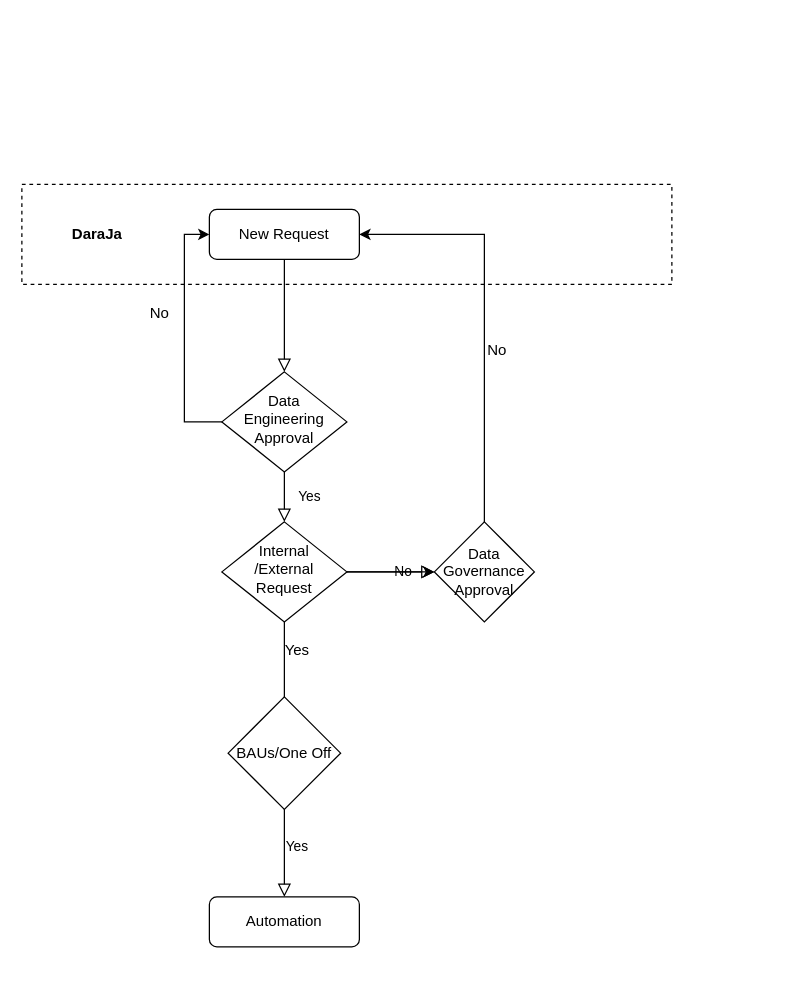
The draw.io diagram New Request Process.drawio in Olson-Bytz/ITDiagrams, before the edit. Source tidied: cells renumbered, new cells numbered last; positions are measured from the earlier drawing's top-left corner, leaving out a move shared by most shapes. Both pictures are drawn from the tidied source at 125%, with x=0, y=0 at pixel (21, 184).
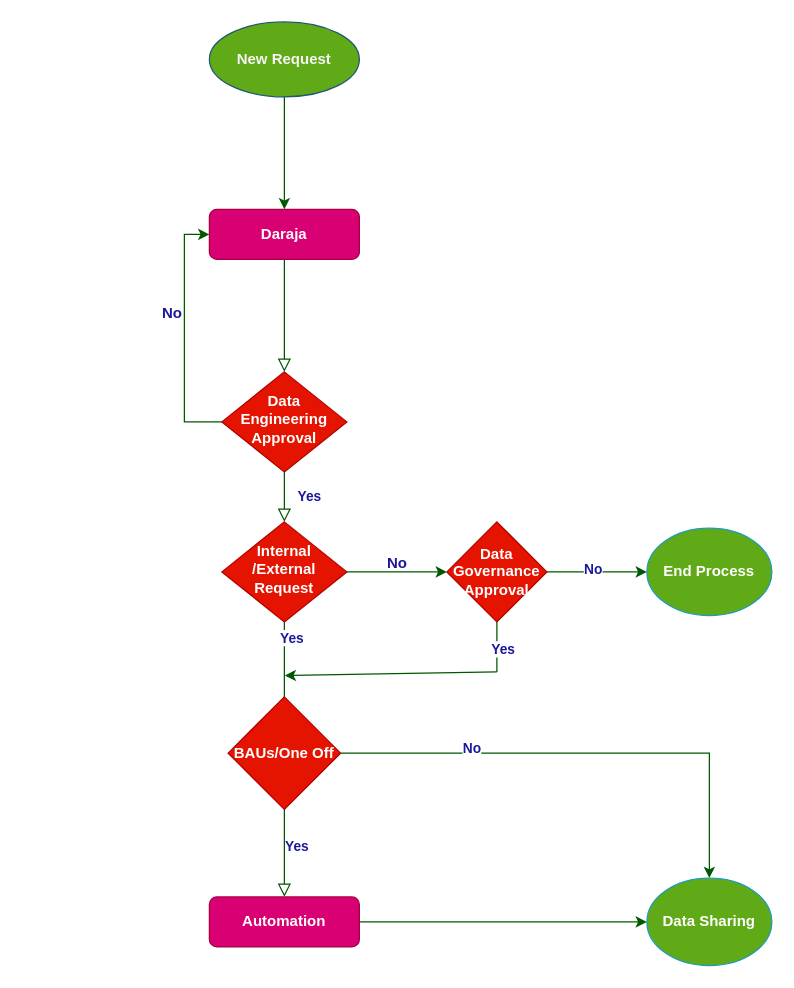
The same page after the edit.

The edit, as a diff of the source:
```diff
@@
-    <mxCell id="2" style="rounded=0;whiteSpace=wrap;html=1;dashed=1;" parent="1" vertex="1">
-      <mxGeometry width="520" height="80" as="geometry" />
-    </mxCell>
-    <mxCell id="3" style="rounded=0;html=1;jettySize=auto;fontSize=11;endArrow=block;endFill=0;endSize=8;strokeWidth=1;shadow=0;labelBackgroundColor=none;edgeStyle=orthogonalEdgeStyle;" parent="1" edge="1" source="4" target="7">
+    <mxCell id="3" style="rounded=0;html=1;jettySize=auto;fontSize=11;endArrow=block;endFill=0;endSize=8;strokeWidth=1;shadow=0;labelBackgroundColor=none;edgeStyle=orthogonalEdgeStyle;fillColor=#008a00;strokeColor=#005700;fontStyle=1;" parent="1" edge="1" source="4" target="7">
       <mxGeometry relative="1" as="geometry" />
     </mxCell>
-    <mxCell id="4" value="New Request" style="rounded=1;whiteSpace=wrap;html=1;fontSize=12;glass=0;strokeWidth=1;shadow=0;" parent="1" vertex="1">
+    <mxCell id="4" value="Daraja" style="rounded=1;whiteSpace=wrap;html=1;fontSize=12;glass=0;strokeWidth=1;shadow=0;fillColor=#d80073;strokeColor=#A50040;fontStyle=1;fontColor=#ffffff;" parent="1" vertex="1">
       <mxGeometry x="150" y="20" width="120" height="40" as="geometry" />
     </mxCell>
-    <mxCell id="5" value="Yes" style="rounded=0;html=1;jettySize=auto;fontSize=11;endArrow=block;endFill=0;endSize=8;strokeWidth=1;shadow=0;labelBackgroundColor=none;edgeStyle=orthogonalEdgeStyle;" parent="1" edge="1" source="7" target="11">
+    <mxCell id="5" value="Yes" style="rounded=0;html=1;jettySize=auto;fontSize=11;endArrow=block;endFill=0;endSize=8;strokeWidth=1;shadow=0;labelBackgroundColor=none;edgeStyle=orthogonalEdgeStyle;fillColor=#008a00;strokeColor=#005700;fontColor=#1b199a;fontStyle=1;" parent="1" edge="1" source="7" target="11">
       <mxGeometry y="20" relative="1" as="geometry" />
     </mxCell>
-    <mxCell id="6" style="edgeStyle=orthogonalEdgeStyle;rounded=0;jettySize=auto;html=1;exitX=0;exitY=0.5;exitDx=0;exitDy=0;entryX=0;entryY=0.5;entryDx=0;entryDy=0;" parent="1" edge="1" source="7" target="4">
+    <mxCell id="6" style="edgeStyle=orthogonalEdgeStyle;rounded=0;jettySize=auto;html=1;exitX=0;exitY=0.5;exitDx=0;exitDy=0;entryX=0;entryY=0.5;entryDx=0;entryDy=0;fillColor=#008a00;strokeColor=#005700;" parent="1" edge="1" source="7" target="4">
       <mxGeometry relative="1" as="geometry" />
     </mxCell>
-    <mxCell id="7" value="Data Engineering Approval" style="rhombus;whiteSpace=wrap;html=1;shadow=0;fontFamily=Helvetica;fontSize=12;align=center;strokeWidth=1;spacing=6;spacingTop=-4;" parent="1" vertex="1">
+    <mxCell id="7" value="Data Engineering Approval" style="rhombus;whiteSpace=wrap;html=1;shadow=0;fontFamily=Helvetica;fontSize=12;align=center;strokeWidth=1;spacing=6;spacingTop=-4;fillColor=#e51400;strokeColor=#B20000;fontStyle=1;fontColor=#ffffff;" parent="1" vertex="1">
       <mxGeometry x="160" y="150" width="100" height="80" as="geometry" />
     </mxCell>
-    <mxCell id="8" value="Yes" style="rounded=0;html=1;jettySize=auto;fontSize=11;endArrow=block;endFill=0;endSize=8;strokeWidth=1;shadow=0;labelBackgroundColor=none;edgeStyle=orthogonalEdgeStyle;" parent="1" edge="1" source="11" target="12">
+    <mxCell id="8" value="Yes" style="rounded=0;html=1;jettySize=auto;fontSize=11;endArrow=block;endFill=0;endSize=8;strokeWidth=1;shadow=0;labelBackgroundColor=none;edgeStyle=orthogonalEdgeStyle;fillColor=#008a00;strokeColor=#005700;fontColor=#1b199a;fontStyle=1;" parent="1" edge="1" source="11" target="12">
       <mxGeometry x="0.64" y="10" relative="1" as="geometry" />
     </mxCell>
-    <mxCell id="9" value="No" style="edgeStyle=orthogonalEdgeStyle;rounded=0;html=1;jettySize=auto;fontSize=11;endArrow=block;endFill=0;endSize=8;strokeWidth=1;shadow=0;labelBackgroundColor=none;" parent="1" edge="1" source="11">
-      <mxGeometry y="10" relative="1" as="geometry">
-        <mxPoint x="330" y="310" as="targetPoint" />
-      </mxGeometry>
-    </mxCell>
-    <mxCell id="10" style="edgeStyle=orthogonalEdgeStyle;rounded=0;jettySize=auto;html=1;" parent="1" edge="1" source="11">
-      <mxGeometry relative="1" as="geometry">
-        <mxPoint x="330" y="310" as="targetPoint" />
-      </mxGeometry>
-    </mxCell>
+    <mxCell id="20" value="Yes" style="edgeLabel;html=1;align=center;verticalAlign=middle;fontColor=#1b199a;fontStyle=1;" parent="8" vertex="1">
+      <mxGeometry x="-0.89" y="5" relative="1" as="geometry" />
+    </mxCell>
+    <mxCell id="21" style="edgeStyle=orthogonalEdgeStyle;rounded=0;jettySize=auto;html=1;entryX=0;entryY=0.5;entryDx=0;entryDy=0;fillColor=#008a00;strokeColor=#005700;" parent="1" edge="1" source="11" target="14">
+      <mxGeometry relative="1" as="geometry" />
+    </mxCell>
-    <mxCell id="11" value="Internal /External Request" style="rhombus;whiteSpace=wrap;html=1;shadow=0;fontFamily=Helvetica;fontSize=12;align=center;strokeWidth=1;spacing=6;spacingTop=-4;" parent="1" vertex="1">
+    <mxCell id="11" value="Internal /External Request" style="rhombus;whiteSpace=wrap;html=1;shadow=0;fontFamily=Helvetica;fontSize=12;align=center;strokeWidth=1;spacing=6;spacingTop=-4;fillColor=#e51400;strokeColor=#B20000;fontStyle=1;fontColor=#ffffff;" parent="1" vertex="1">
       <mxGeometry x="160" y="270" width="100" height="80" as="geometry" />
     </mxCell>
+    <mxCell id="22" style="edgeStyle=orthogonalEdgeStyle;rounded=0;jettySize=auto;html=1;fillColor=#008a00;strokeColor=#005700;entryX=0;entryY=0.5;entryDx=0;entryDy=0;" parent="1" edge="1" source="12" target="27">
+      <mxGeometry relative="1" as="geometry" />
+    </mxCell>
-    <mxCell id="12" value="Automation" style="rounded=1;whiteSpace=wrap;html=1;fontSize=12;glass=0;strokeWidth=1;shadow=0;" parent="1" vertex="1">
+    <mxCell id="12" value="Automation" style="rounded=1;whiteSpace=wrap;html=1;fontSize=12;glass=0;strokeWidth=1;shadow=0;fillColor=#d80073;strokeColor=#A50040;fontStyle=1;fontColor=#ffffff;" parent="1" vertex="1">
       <mxGeometry x="150" y="570" width="120" height="40" as="geometry" />
     </mxCell>
-    <mxCell id="13" style="edgeStyle=orthogonalEdgeStyle;rounded=0;jettySize=auto;html=1;exitX=0.5;exitY=0;exitDx=0;exitDy=0;entryX=1;entryY=0.5;entryDx=0;entryDy=0;" parent="1" edge="1" source="14" target="4">
-      <mxGeometry relative="1" as="geometry" />
-    </mxCell>
+    <mxCell id="23" style="edgeStyle=orthogonalEdgeStyle;rounded=0;jettySize=auto;html=1;entryX=0;entryY=0.5;entryDx=0;entryDy=0;fillColor=#008a00;strokeColor=#005700;" parent="1" edge="1" source="14" target="34">
+      <mxGeometry relative="1" as="geometry" />
+    </mxCell>
+    <mxCell id="24" value="No" style="edgeLabel;html=1;align=center;verticalAlign=middle;fontColor=#1b199a;fontStyle=1;" parent="23" vertex="1">
+      <mxGeometry x="-0.11" y="3" relative="1" as="geometry" />
+    </mxCell>
-    <mxCell id="14" value="Data Governance Approval" style="rhombus;whiteSpace=wrap;html=1;" parent="1" vertex="1">
-      <mxGeometry x="330" y="270" width="80" height="80" as="geometry" />
+    <mxCell id="14" value="Data Governance Approval" style="rhombus;whiteSpace=wrap;html=1;fillColor=#e51400;strokeColor=#B20000;fontStyle=1;fontColor=#ffffff;" parent="1" vertex="1">
+      <mxGeometry x="340" y="270" width="80" height="80" as="geometry" />
     </mxCell>
-    <mxCell id="15" value="No" style="text;html=1;align=center;verticalAlign=middle;strokeColor=none;fillColor=none;" parent="1" vertex="1">
-      <mxGeometry x="360" y="118" width="40" height="30" as="geometry" />
-    </mxCell>
+    <mxCell id="25" style="edgeStyle=orthogonalEdgeStyle;rounded=0;jettySize=auto;html=1;entryX=0.5;entryY=0;entryDx=0;entryDy=0;fillColor=#008a00;strokeColor=#005700;" parent="1" edge="1" source="16" target="27">
+      <mxGeometry relative="1" as="geometry" />
+    </mxCell>
+    <mxCell id="26" value="No" style="edgeLabel;html=1;align=center;verticalAlign=middle;fontColor=#1b199a;fontStyle=1;" parent="25" vertex="1">
+      <mxGeometry x="-0.5" y="-1" relative="1" as="geometry">
+        <mxPoint x="5" y="-6" as="offset" />
+      </mxGeometry>
+    </mxCell>
-    <mxCell id="16" value="BAUs/One Off" style="rhombus;whiteSpace=wrap;html=1;" parent="1" vertex="1">
+    <mxCell id="16" value="BAUs/One Off" style="rhombus;whiteSpace=wrap;html=1;fillColor=#e51400;strokeColor=#B20000;fontStyle=1;fontColor=#ffffff;" parent="1" vertex="1">
       <mxGeometry x="165" y="410" width="90" height="90" as="geometry" />
     </mxCell>
-    <mxCell id="17" value="Yes" style="text;html=1;align=center;verticalAlign=middle;strokeColor=none;fillColor=none;" parent="1" vertex="1">
-      <mxGeometry x="200" y="358" width="40" height="30" as="geometry" />
-    </mxCell>
-    <mxCell id="18" value="No" style="text;html=1;align=center;verticalAlign=middle;strokeColor=none;fillColor=none;" parent="1" vertex="1">
-      <mxGeometry x="90" y="88" width="40" height="30" as="geometry" />
+    <mxCell id="18" value="No" style="text;html=1;align=center;verticalAlign=middle;strokeColor=none;fillColor=none;fontColor=#1b199a;fontStyle=1;" parent="1" vertex="1">
+      <mxGeometry x="100" y="88" width="40" height="30" as="geometry" />
     </mxCell>
-    <mxCell id="19" value="DaraJa" style="text;html=1;align=center;verticalAlign=middle;strokeColor=none;fillColor=none;fontStyle=1;" parent="1" vertex="1">
-      <mxGeometry x="30" y="25" width="60" height="30" as="geometry" />
-    </mxCell>
+    <mxCell id="27" value="Data Sharing" style="ellipse;whiteSpace=wrap;html=1;fillColor=#60a917;fontColor=#ffffff;strokeColor=#1b9bbb;fontStyle=1;" parent="1" vertex="1">
+      <mxGeometry x="500" y="555" width="100" height="70" as="geometry" />
+    </mxCell>
+    <mxCell id="28" style="edgeStyle=orthogonalEdgeStyle;rounded=0;jettySize=auto;html=1;strokeColor=#005700;fillColor=#008a00;" parent="1" edge="1" source="29" target="4">
+      <mxGeometry relative="1" as="geometry" />
+    </mxCell>
+    <mxCell id="29" value="New Request" style="ellipse;whiteSpace=wrap;html=1;fillColor=#60a917;fontStyle=1;fontColor=#f7f7f7;strokeColor=#225772;" parent="1" vertex="1">
+      <mxGeometry x="150" y="-130" width="120" height="60" as="geometry" />
+    </mxCell>
+    <mxCell id="30" style="endArrow=none;html=1;rounded=0;fillColor=#008a00;strokeColor=#005700;" parent="1" edge="1">
+      <mxGeometry relative="1" as="geometry">
+        <mxPoint x="380" y="390" as="sourcePoint" />
+        <mxPoint x="380" y="350" as="targetPoint" />
+      </mxGeometry>
+    </mxCell>
+    <mxCell id="31" value="Yes" style="edgeLabel;html=1;align=center;verticalAlign=middle;fontColor=#1b199a;fontStyle=1;" parent="30" vertex="1">
+      <mxGeometry x="-0.05" y="-4" relative="1" as="geometry" />
+    </mxCell>
+    <mxCell id="32" style="endArrow=classic;html=1;rounded=0;entryX=0.258;entryY=1.167;entryDx=0;entryDy=0;entryPerimeter=0;fillColor=#008a00;strokeColor=#005700;" parent="1" edge="1">
+      <mxGeometry relative="1" as="geometry">
+        <mxPoint x="380" y="390" as="sourcePoint" />
+        <mxPoint x="210.3" y="393" as="targetPoint" />
+      </mxGeometry>
+    </mxCell>
+    <mxCell id="33" value="No" style="text;html=1;align=center;verticalAlign=middle;strokeColor=none;fillColor=none;fontColor=#1b199a;fontStyle=1;" parent="1" vertex="1">
+      <mxGeometry x="280" y="288" width="40" height="30" as="geometry" />
+    </mxCell>
+    <mxCell id="34" value="End Process" style="ellipse;whiteSpace=wrap;html=1;fillColor=#60a917;fontColor=#ffffff;strokeColor=#1b9bbb;fontStyle=1;" parent="1" vertex="1">
+      <mxGeometry x="500" y="275" width="100" height="70" as="geometry" />
+    </mxCell>
```
